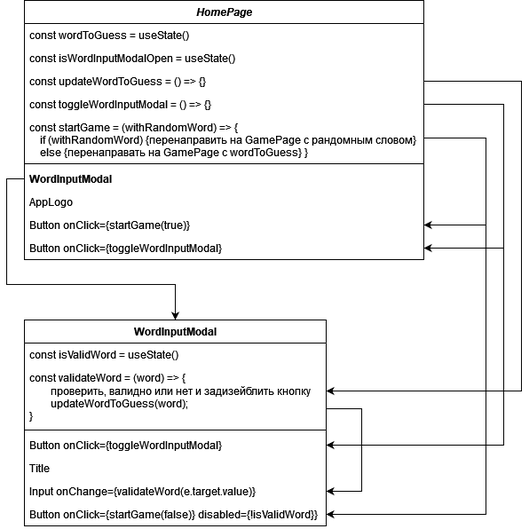
This is LeafApp.drawio.png from EdgeFirewalk/leaf, a draw.io export, as it was before one commit. Source tidied: cells renumbered, new cells last; positions are measured from the earlier drawing's top-left corner, leaving out a move shared by most shapes.
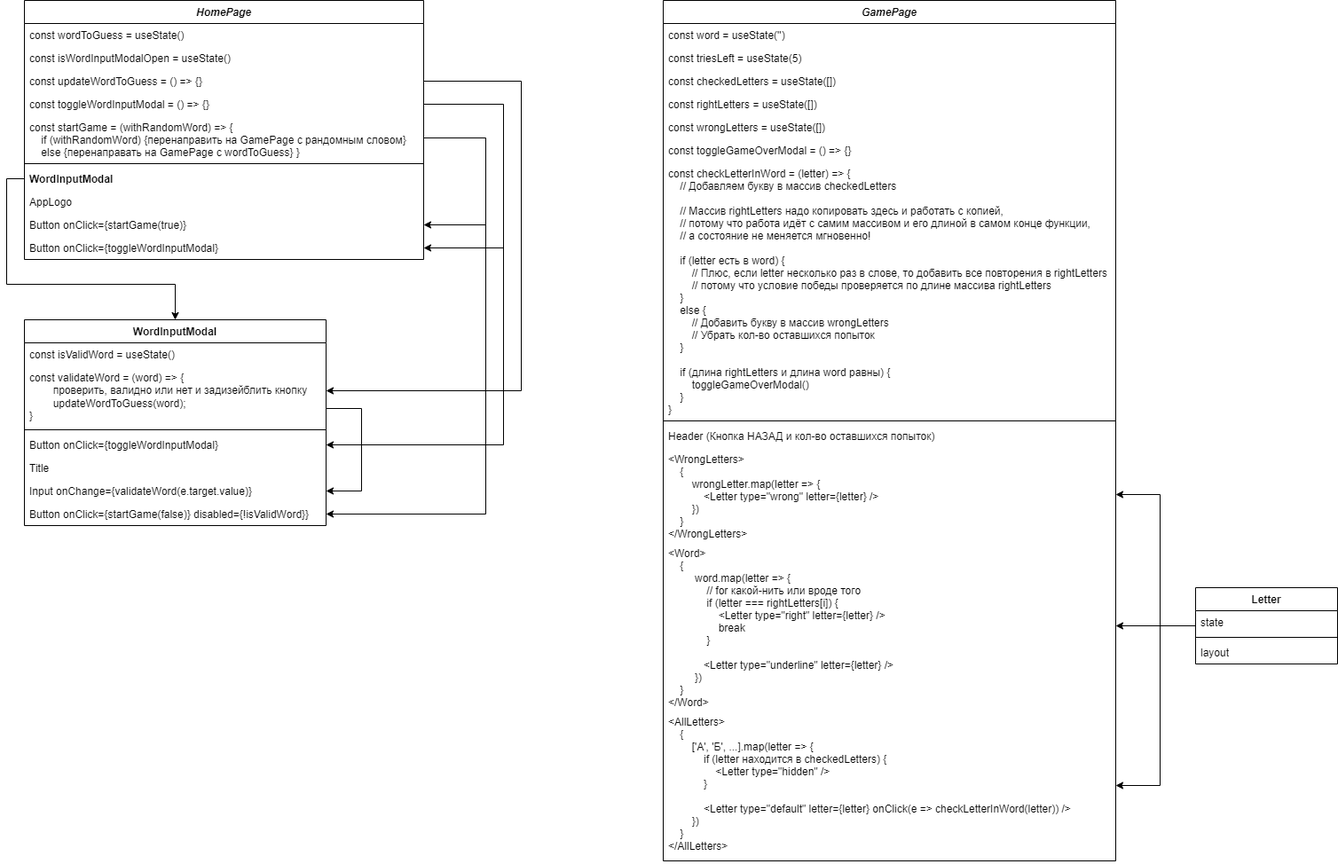
Later version of the same file.

Commit message:
Add more architecture on the diagram

The edit, as a diff of the source:
```diff
@@ -112,5 +112,75 @@
         <mxPoint x="540" y="253" as="sourcePoint" />
       </mxGeometry>
     </mxCell>
+    <mxCell id="28" value="GamePage" style="swimlane;fontStyle=3;align=center;verticalAlign=top;horizontal=1;startSize=26;rounded=0;shadow=0;strokeWidth=1;" parent="1" vertex="1">
+      <mxGeometry x="740" width="510" height="970" as="geometry" />
+    </mxCell>
+    <mxCell id="29" value="const word = useState('')" style="text;align=left;verticalAlign=top;spacingLeft=4;spacingRight=4;overflow=hidden;rounded=0;shadow=0;html=0;" parent="28" vertex="1">
+      <mxGeometry y="26" width="510" height="26" as="geometry" />
+    </mxCell>
+    <mxCell id="30" value="const triesLeft = useState(5)" style="text;align=left;verticalAlign=top;spacingLeft=4;spacingRight=4;overflow=hidden;rounded=0;shadow=0;html=0;" parent="28" vertex="1">
+      <mxGeometry y="52" width="510" height="26" as="geometry" />
+    </mxCell>
+    <mxCell id="31" value="const checkedLetters = useState([])&#10;" style="text;align=left;verticalAlign=top;spacingLeft=4;spacingRight=4;overflow=hidden;" parent="28" vertex="1">
+      <mxGeometry y="78" width="510" height="26" as="geometry" />
+    </mxCell>
+    <mxCell id="32" value="const rightLetters = useState([])&#10;&#10;" style="text;align=left;verticalAlign=top;spacingLeft=4;spacingRight=4;overflow=hidden;" parent="28" vertex="1">
+      <mxGeometry y="104" width="510" height="26" as="geometry" />
+    </mxCell>
+    <mxCell id="33" value="const wrongLetters = useState([])&#10;" style="text;align=left;verticalAlign=top;spacingLeft=4;spacingRight=4;overflow=hidden;" parent="28" vertex="1">
+      <mxGeometry y="130" width="510" height="26" as="geometry" />
+    </mxCell>
+    <mxCell id="34" value="const toggleGameOverModal = () =&gt; {}&#10;" style="text;align=left;verticalAlign=top;spacingLeft=4;spacingRight=4;overflow=hidden;" parent="28" vertex="1">
+      <mxGeometry y="156" width="510" height="26" as="geometry" />
+    </mxCell>
+    <mxCell id="35" value="const checkLetterInWord = (letter) =&gt; {&#10;    // Добавляем букву в массив checkedLetters&#10;&#10;    // Массив rightLetters надо копировать здесь и работать с копией,&#10;    // потому что работа идёт с самим массивом и его длиной в самом конце функции, &#10;    // а состояние не меняется мгновенно!&#10;    &#10;    if (letter есть в word) {&#10;        // Плюс, если letter несколько раз в слове, то добавить все повторения в rightLetters&#10;        // потому что условие победы проверяется по длине массива rightLetters&#10;    }&#10;    else {&#10;        // Добавить букву в массив wrongLetters&#10;        // Убрать кол-во оставшихся попыток&#10;    }&#10;&#10;    if (длина rightLetters и длина word равны) {&#10;        toggleGameOverModal()&#10;    }&#10;}" style="text;align=left;verticalAlign=top;spacingLeft=4;spacingRight=4;overflow=hidden;rounded=0;shadow=0;html=0;" parent="28" vertex="1">
+      <mxGeometry y="182" width="510" height="288" as="geometry" />
+    </mxCell>
+    <mxCell id="36" style="line;html=1;strokeWidth=1;align=left;verticalAlign=middle;spacingTop=-1;spacingLeft=3;spacingRight=3;labelPosition=right;" parent="28" vertex="1">
+      <mxGeometry y="470" width="510" height="8" as="geometry" />
+    </mxCell>
+    <mxCell id="37" value="Header (Кнопка НАЗАД и кол-во оставшихся попыток)" style="text;align=left;verticalAlign=top;spacingLeft=4;spacingRight=4;overflow=hidden;fontStyle=0;" parent="28" vertex="1">
+      <mxGeometry y="478" width="510" height="26" as="geometry" />
+    </mxCell>
+    <mxCell id="38" value="&lt;WrongLetters&gt;&#10;    {&#10;        wrongLetter.map(letter =&gt; {&#10;            &lt;Letter type=&quot;wrong&quot; letter={letter} /&gt;&#10;        })&#10;    }&#10;&lt;/WrongLetters&gt;" style="text;align=left;verticalAlign=top;spacingLeft=4;spacingRight=4;overflow=hidden;points=[[0,0.5],[1,0.5]];portConstraint=eastwest;" parent="28" vertex="1">
+      <mxGeometry y="504" width="510" height="106" as="geometry" />
+    </mxCell>
+    <mxCell id="39" value="&lt;Word&gt;&#10;    {&#10;         word.map(letter =&gt; {&#10;             // for какой-нить или вроде того&#10;             if (letter === rightLetters[i]) {&#10;                 &lt;Letter type=&quot;right&quot; letter={letter} /&gt;&#10;                 break&#10;             }&#10;&#10;            &lt;Letter type=&quot;underline&quot; letter={letter} /&gt;&#10;         })   &#10;    }&#10;&lt;/Word&gt;" style="text;align=left;verticalAlign=top;spacingLeft=4;spacingRight=4;overflow=hidden;points=[[0,0.5],[1,0.5]];portConstraint=eastwest;" parent="28" vertex="1">
+      <mxGeometry y="610" width="510" height="190" as="geometry" />
+    </mxCell>
+    <mxCell id="40" value="&lt;AllLetters&gt;&#10;    {&#10;        ['А', 'Б', ...].map(letter =&gt; {&#10;            if (letter находится в checkedLetters) {&#10;                &lt;Letter type=&quot;hidden&quot; /&gt;&#10;            }&#10;&#10;            &lt;Letter type=&quot;default&quot; letter={letter} onClick(e =&gt; checkLetterInWord(letter)) /&gt;&#10;        })&#10;    }&#10;&lt;/AllLetters&gt;" style="text;align=left;verticalAlign=top;spacingLeft=4;spacingRight=4;overflow=hidden;points=[[0,0.5],[1,0.5]];portConstraint=eastwest;" parent="28" vertex="1">
+      <mxGeometry y="800" width="510" height="170" as="geometry" />
+    </mxCell>
+    <mxCell id="41" style="edgeStyle=orthogonalEdgeStyle;rounded=0;jettySize=auto;html=1;entryX=1;entryY=0.5;entryDx=0;entryDy=0;" parent="1" edge="1" source="44" target="39">
+      <mxGeometry relative="1" as="geometry" />
+    </mxCell>
+    <mxCell id="42" style="edgeStyle=orthogonalEdgeStyle;rounded=0;jettySize=auto;html=1;entryX=1;entryY=0.5;entryDx=0;entryDy=0;" parent="1" edge="1" source="44" target="40">
+      <mxGeometry relative="1" as="geometry">
+        <Array as="points">
+          <mxPoint x="1300" y="705" />
+          <mxPoint x="1300" y="885" />
+        </Array>
+      </mxGeometry>
+    </mxCell>
+    <mxCell id="43" style="edgeStyle=orthogonalEdgeStyle;rounded=0;jettySize=auto;html=1;entryX=1;entryY=0.5;entryDx=0;entryDy=0;" parent="1" edge="1" source="44" target="38">
+      <mxGeometry relative="1" as="geometry">
+        <Array as="points">
+          <mxPoint x="1300" y="705" />
+          <mxPoint x="1300" y="557" />
+        </Array>
+      </mxGeometry>
+    </mxCell>
+    <mxCell id="44" value="Letter" style="swimlane;fontStyle=1;align=center;verticalAlign=top;horizontal=1;startSize=26;whiteSpace=wrap;html=1;" parent="1" vertex="1">
+      <mxGeometry x="1340" y="662" width="160" height="86" as="geometry" />
+    </mxCell>
+    <mxCell id="45" value="state" style="text;strokeColor=none;fillColor=none;align=left;verticalAlign=top;spacingLeft=4;spacingRight=4;overflow=hidden;whiteSpace=wrap;html=1;" parent="44" vertex="1">
+      <mxGeometry y="26" width="160" height="26" as="geometry" />
+    </mxCell>
+    <mxCell id="46" style="line;strokeWidth=1;fillColor=none;align=left;verticalAlign=middle;spacingTop=-1;spacingLeft=3;spacingRight=3;labelPosition=right;strokeColor=inherit;" parent="44" vertex="1">
+      <mxGeometry y="52" width="160" height="8" as="geometry" />
+    </mxCell>
+    <mxCell id="47" value="layout" style="text;strokeColor=none;fillColor=none;align=left;verticalAlign=top;spacingLeft=4;spacingRight=4;overflow=hidden;whiteSpace=wrap;html=1;" parent="44" vertex="1">
+      <mxGeometry y="60" width="160" height="26" as="geometry" />
+    </mxCell>
   </root>
 </mxGraphModel>
```
